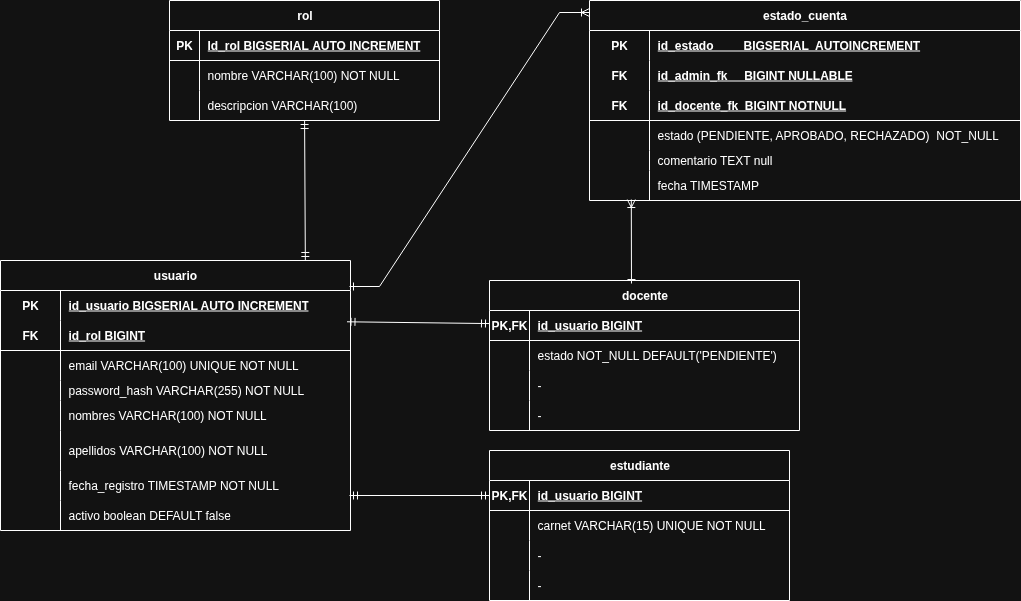
The draw.io diagram diagramas/logico/exports/v2_s1_diagrama_logico.drawio.png in piti-codenbugs/sgea-db, before a commit. Source tidied: cells renumbered, new cells last; positions are measured from the earlier drawing's top-left corner, leaving out a move shared by most shapes.
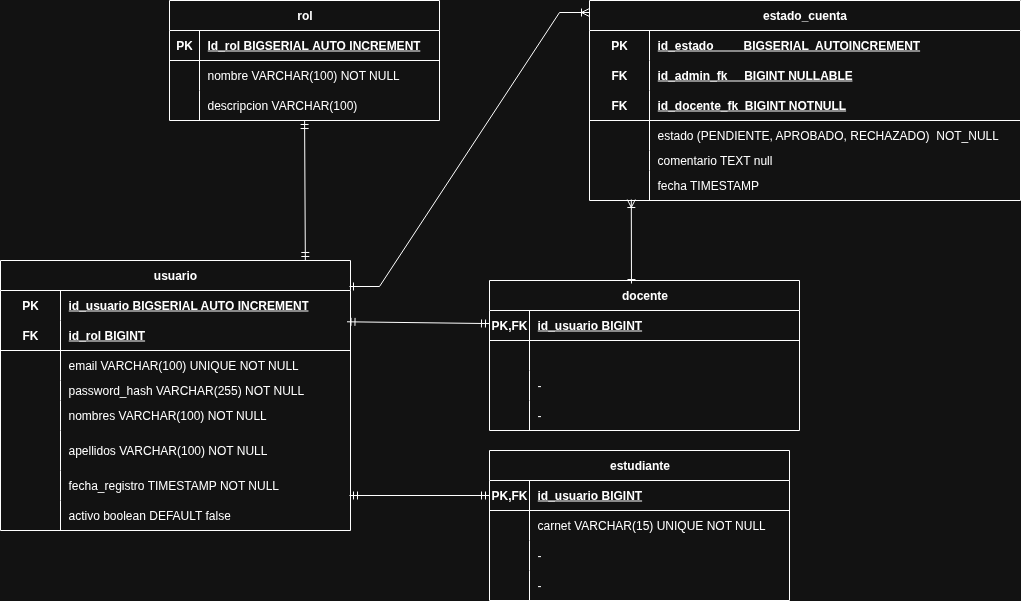
Later version of the same file.

Commit message:
se agregaron los triggers necesarios para el estado de cuenta del usuario tanto cuando se registra un docente como cuando se aprueba el mismo

Diff of the diagram source:
```diff
@@ -136,7 +136,7 @@
     <mxCell id="45" style="shape=partialRectangle;fillColor=none;top=0;left=0;bottom=0;right=0;overflow=hidden;whiteSpace=wrap;html=1;" parent="44" vertex="1">
       <mxGeometry width="40" height="30" as="geometry" />
     </mxCell>
-    <mxCell id="46" value="estado NOT_NULL DEFAULT('PENDIENTE')" style="shape=partialRectangle;fillColor=none;top=0;left=0;bottom=0;right=0;align=left;spacingLeft=6;overflow=hidden;whiteSpace=wrap;html=1;" parent="44" vertex="1">
+    <mxCell id="46" style="shape=partialRectangle;fillColor=none;top=0;left=0;bottom=0;right=0;align=left;spacingLeft=6;overflow=hidden;whiteSpace=wrap;html=1;" parent="44" vertex="1">
       <mxGeometry x="40" width="270" height="30" as="geometry" />
     </mxCell>
     <mxCell id="47" style="shape=tableRow;horizontal=0;startSize=0;swimlaneHead=0;swimlaneBody=0;fillColor=none;top=0;left=0;right=0;bottom=0;" parent="40" vertex="1">
```
